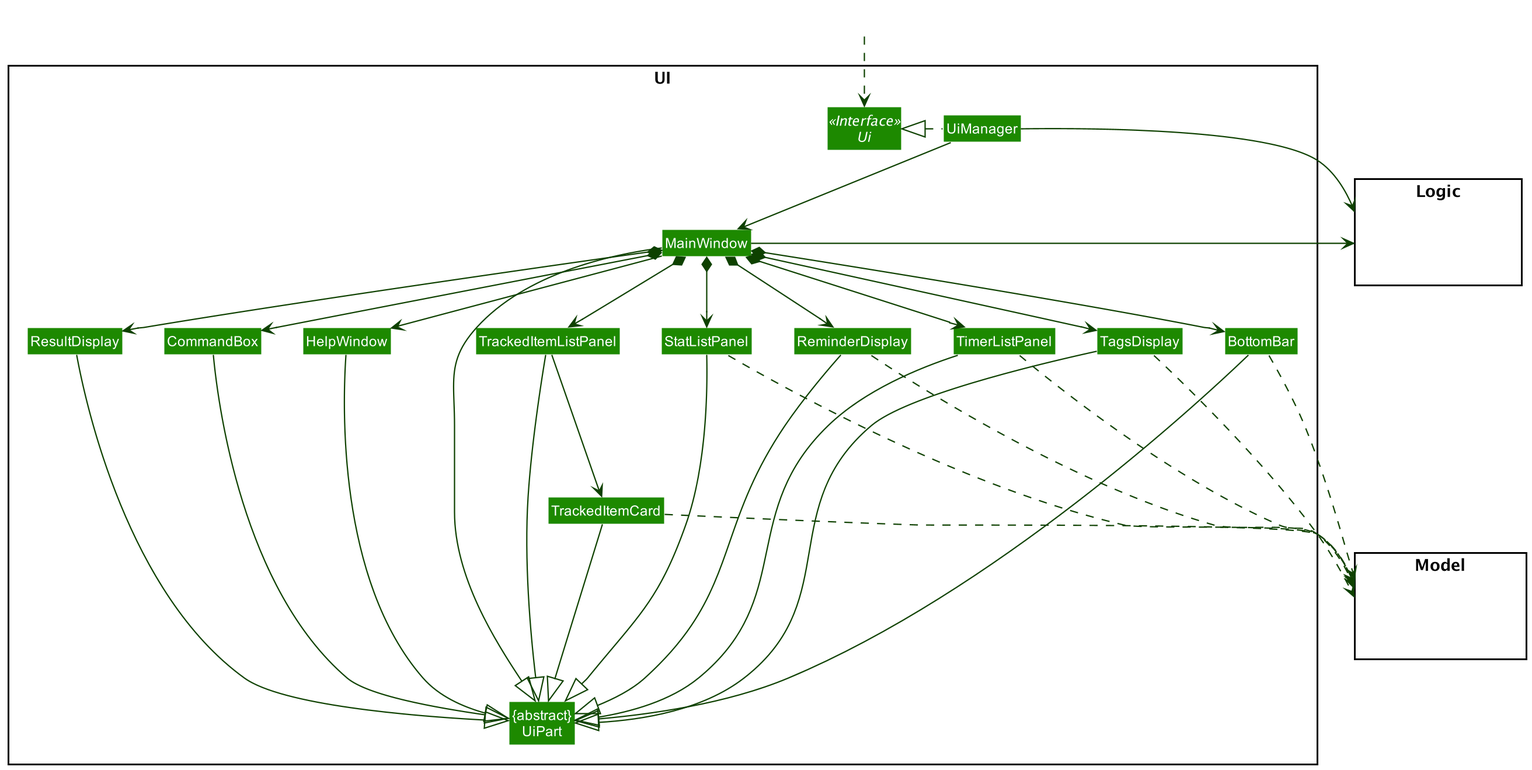
Above: docs/images/UiClassDiagram.png in pr4aveen/tp (PlantUML), before the change.
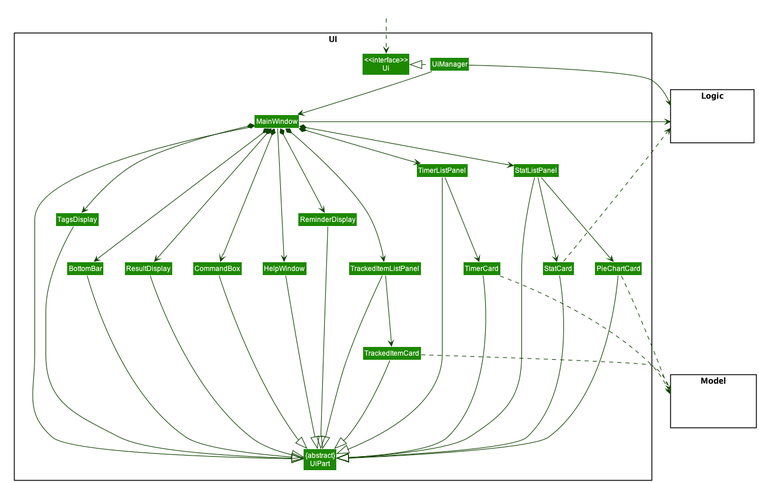
The same file after the commit.

Diff of the diagram source:
```diff
@@ -5,7 +5,7 @@
 skinparam classBackgroundColor UI_COLOR
 
 package UI <<Rectangle>>{
-Interface Ui <<Interface>>
+Class "<<interface>>\nUi" as Ui
 Class "{abstract}\nUiPart" as UiPart
 Class UiManager
 Class MainWindow
@@ -19,6 +19,9 @@
 Class TimerListPanel
 Class StatListPanel
 Class TagsDisplay
+Class StatCard
+Class TimerCard
+Class PieChartCard
 }
 
 package Model <<Rectangle>> {
@@ -45,6 +48,9 @@
 MainWindow *-down-> TagsDisplay
 
 TrackedItemListPanel -down--> TrackedItemCard
+StatListPanel ---> StatCard
+StatListPanel ---> PieChartCard
+TimerListPanel ---> TimerCard
 
 MainWindow -left-|> UiPart
 
@@ -57,17 +63,19 @@
 ReminderDisplay -----|> UiPart
 TimerListPanel -----|> UiPart
 StatListPanel -----|> UiPart
-TagsDisplay -----|> UiPart
-
-BottomBar ..> Model
-ReminderDisplay ..> Model
-TrackedItemCard ..> Model
-TagsDisplay ..> Model
-StatListPanel ..> Model
-TimerListPanel ..> Model
+TagsDisplay -|> UiPart
+TimerCard -----|> UiPart
+StatCard -----|> UiPart
+PieChartCard -----|> UiPart
 
 UiManager -right-> Logic
 MainWindow -left-> Logic
+
+TrackedItemCard ..> Model
+TimerCard ..> Model
+PieChartCard ..> Model
+
+StatCard ..>Logic
 
 TrackedItemListPanel -[hidden]left- HelpWindow
 HelpWindow -[hidden]left- CommandBox
```
